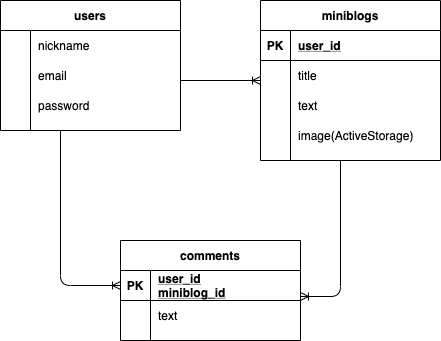
ryamahita0407/kireiminiblog keeps this draw.io diagram as ER.drawio.png. Above is the earlier version. Source tidied: cells renumbered, new cells last; positions are measured from the earlier drawing's top-left corner, leaving out a move shared by most shapes. The source it was exported from:
```xml
<mxGraphModel>
  <root>
    <mxCell id="0" />
    <mxCell id="1" parent="0" />
    <mxCell id="2" value="users" style="shape=table;startSize=30;rowLines=0;fontStyle=1;align=center;" parent="1" vertex="1">
      <mxGeometry width="180" height="130" as="geometry" />
    </mxCell>
    <mxCell id="3" style="shape=partialRectangle;fillColor=none;top=0;left=0;bottom=0;right=0;" parent="2" vertex="1">
      <mxGeometry y="30" width="180" height="30" as="geometry" />
    </mxCell>
    <mxCell id="4" style="shape=partialRectangle;fillColor=none;top=0;left=0;bottom=0;right=0;overflow=hidden;" parent="3" vertex="1">
      <mxGeometry width="30" height="30" as="geometry" />
    </mxCell>
    <mxCell id="5" value="nickname" style="shape=partialRectangle;fillColor=none;top=0;left=0;bottom=0;right=0;align=left;spacingLeft=6;overflow=hidden;" parent="3" vertex="1">
      <mxGeometry x="30" width="150" height="30" as="geometry" />
    </mxCell>
    <mxCell id="6" style="shape=partialRectangle;fillColor=none;top=0;left=0;bottom=0;right=0;" parent="2" vertex="1">
      <mxGeometry y="60" width="180" height="30" as="geometry" />
    </mxCell>
    <mxCell id="7" style="shape=partialRectangle;fillColor=none;top=0;left=0;bottom=0;right=0;overflow=hidden;" parent="6" vertex="1">
      <mxGeometry width="30" height="30" as="geometry" />
    </mxCell>
    <mxCell id="8" value="email" style="shape=partialRectangle;fillColor=none;top=0;left=0;bottom=0;right=0;align=left;spacingLeft=6;overflow=hidden;" parent="6" vertex="1">
      <mxGeometry x="30" width="150" height="30" as="geometry" />
    </mxCell>
    <mxCell id="9" style="shape=partialRectangle;fillColor=none;top=0;left=0;bottom=0;right=0;" parent="2" vertex="1">
      <mxGeometry y="90" width="180" height="30" as="geometry" />
    </mxCell>
    <mxCell id="10" style="shape=partialRectangle;fillColor=none;top=0;left=0;bottom=0;right=0;overflow=hidden;" parent="9" vertex="1">
      <mxGeometry width="30" height="30" as="geometry" />
    </mxCell>
    <mxCell id="11" value="password" style="shape=partialRectangle;fillColor=none;top=0;left=0;bottom=0;right=0;align=left;spacingLeft=6;overflow=hidden;" parent="9" vertex="1">
      <mxGeometry x="30" width="150" height="30" as="geometry" />
    </mxCell>
    <mxCell id="12" value="miniblogs" style="shape=table;startSize=30;rowLines=0;fontStyle=1;align=center;" parent="1" vertex="1">
      <mxGeometry x="260" width="180" height="160" as="geometry" />
    </mxCell>
    <mxCell id="13" style="shape=partialRectangle;fillColor=none;top=0;left=0;bottom=1;right=0;" parent="12" vertex="1">
      <mxGeometry y="30" width="180" height="30" as="geometry" />
    </mxCell>
    <mxCell id="14" value="PK" style="shape=partialRectangle;fillColor=none;top=0;left=0;bottom=0;right=0;fontStyle=1;overflow=hidden;" parent="13" vertex="1">
      <mxGeometry width="30" height="30" as="geometry" />
    </mxCell>
    <mxCell id="15" value="user_id" style="shape=partialRectangle;fillColor=none;top=0;left=0;bottom=0;right=0;align=left;spacingLeft=6;fontStyle=5;overflow=hidden;" parent="13" vertex="1">
      <mxGeometry x="30" width="150" height="30" as="geometry" />
    </mxCell>
    <mxCell id="16" style="shape=partialRectangle;fillColor=none;top=0;left=0;bottom=0;right=0;" parent="12" vertex="1">
      <mxGeometry y="60" width="180" height="30" as="geometry" />
    </mxCell>
    <mxCell id="17" style="shape=partialRectangle;fillColor=none;top=0;left=0;bottom=0;right=0;overflow=hidden;" parent="16" vertex="1">
      <mxGeometry width="30" height="30" as="geometry" />
    </mxCell>
    <mxCell id="18" value="title" style="shape=partialRectangle;fillColor=none;top=0;left=0;bottom=0;right=0;align=left;spacingLeft=6;overflow=hidden;" parent="16" vertex="1">
      <mxGeometry x="30" width="150" height="30" as="geometry" />
    </mxCell>
    <mxCell id="19" style="shape=partialRectangle;fillColor=none;top=0;left=0;bottom=0;right=0;" parent="12" vertex="1">
      <mxGeometry y="90" width="180" height="30" as="geometry" />
    </mxCell>
    <mxCell id="20" style="shape=partialRectangle;fillColor=none;top=0;left=0;bottom=0;right=0;overflow=hidden;" parent="19" vertex="1">
      <mxGeometry width="30" height="30" as="geometry" />
    </mxCell>
    <mxCell id="21" value="text" style="shape=partialRectangle;fillColor=none;top=0;left=0;bottom=0;right=0;align=left;spacingLeft=6;overflow=hidden;" parent="19" vertex="1">
      <mxGeometry x="30" width="150" height="30" as="geometry" />
    </mxCell>
    <mxCell id="22" style="shape=partialRectangle;fillColor=none;top=0;left=0;bottom=0;right=0;" parent="12" vertex="1">
      <mxGeometry y="120" width="180" height="30" as="geometry" />
    </mxCell>
    <mxCell id="23" style="shape=partialRectangle;fillColor=none;top=0;left=0;bottom=0;right=0;overflow=hidden;" parent="22" vertex="1">
      <mxGeometry width="30" height="30" as="geometry" />
    </mxCell>
    <mxCell id="24" value="image(ActiveStorage)" style="shape=partialRectangle;fillColor=none;top=0;left=0;bottom=0;right=0;align=left;spacingLeft=6;overflow=hidden;" parent="22" vertex="1">
      <mxGeometry x="30" width="150" height="30" as="geometry" />
    </mxCell>
    <mxCell id="25" value="comments" style="shape=table;startSize=30;rowLines=0;fontStyle=1;align=center;" parent="1" vertex="1">
      <mxGeometry x="120" y="240" width="180" height="100" as="geometry" />
    </mxCell>
    <mxCell id="26" style="shape=partialRectangle;fillColor=none;top=0;left=0;bottom=1;right=0;points=[[0,0.5],[1,0.5]];portConstraint=eastwest;" parent="25" vertex="1">
      <mxGeometry y="30" width="180" height="30" as="geometry" />
    </mxCell>
    <mxCell id="27" value="PK" style="shape=partialRectangle;fillColor=none;top=0;left=0;bottom=0;right=0;fontStyle=1;overflow=hidden;" parent="26" vertex="1">
      <mxGeometry width="30" height="30" as="geometry" />
    </mxCell>
    <mxCell id="28" value="user_id&#10;miniblog_id" style="shape=partialRectangle;fillColor=none;top=0;left=0;bottom=0;right=0;align=left;spacingLeft=6;fontStyle=5;overflow=hidden;" parent="26" vertex="1">
      <mxGeometry x="30" width="150" height="30" as="geometry" />
    </mxCell>
    <mxCell id="29" style="shape=partialRectangle;fillColor=none;top=0;left=0;bottom=0;right=0;" parent="25" vertex="1">
      <mxGeometry y="60" width="180" height="30" as="geometry" />
    </mxCell>
    <mxCell id="30" style="shape=partialRectangle;fillColor=none;top=0;left=0;bottom=0;right=0;overflow=hidden;" parent="29" vertex="1">
      <mxGeometry width="30" height="30" as="geometry" />
    </mxCell>
    <mxCell id="31" value="text" style="shape=partialRectangle;fillColor=none;top=0;left=0;bottom=0;right=0;align=left;spacingLeft=6;overflow=hidden;" parent="29" vertex="1">
      <mxGeometry x="30" width="150" height="30" as="geometry" />
    </mxCell>
    <mxCell id="32" style="fontSize=12;html=1;endArrow=ERoneToMany;" parent="1" edge="1">
      <mxGeometry relative="1" as="geometry">
        <mxPoint x="180" y="80" as="sourcePoint" />
        <mxPoint x="260" y="80" as="targetPoint" />
      </mxGeometry>
    </mxCell>
    <mxCell id="33" style="edgeStyle=orthogonalEdgeStyle;fontSize=12;html=1;endArrow=ERoneToMany;" parent="1" edge="1">
      <mxGeometry relative="1" as="geometry">
        <mxPoint x="340" y="160" as="sourcePoint" />
        <mxPoint x="300" y="296" as="targetPoint" />
        <Array as="points">
          <mxPoint x="340" y="296" />
        </Array>
      </mxGeometry>
    </mxCell>
    <mxCell id="34" style="edgeStyle=orthogonalEdgeStyle;fontSize=12;html=1;endArrow=ERoneToMany;entryX=0;entryY=0.5;entryDx=0;entryDy=0;" parent="1" edge="1" target="26">
      <mxGeometry relative="1" as="geometry">
        <mxPoint x="60" y="130" as="sourcePoint" />
      </mxGeometry>
    </mxCell>
  </root>
</mxGraphModel>
```
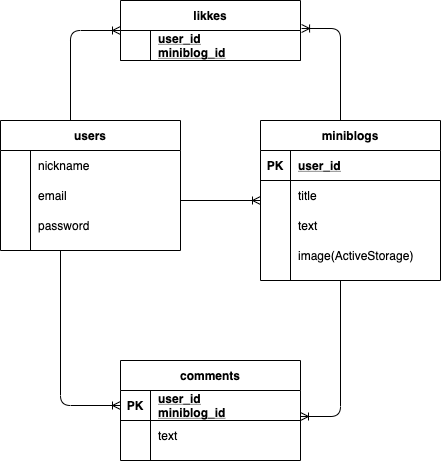
Later version of the same file.

Change to the diagram source:
```diff
@@ -112,5 +112,30 @@
         <mxPoint x="60" y="130" as="sourcePoint" />
       </mxGeometry>
     </mxCell>
+    <mxCell id="35" value="likkes" style="shape=table;startSize=30;rowLines=0;fontStyle=1;align=center;" parent="1" vertex="1">
+      <mxGeometry x="120" y="-120" width="180" height="60" as="geometry" />
+    </mxCell>
+    <mxCell id="36" style="shape=partialRectangle;fillColor=none;top=0;left=0;bottom=1;right=0;points=[[0,0.5],[1,0.5]];portConstraint=eastwest;" parent="35" vertex="1">
+      <mxGeometry y="30" width="180" height="30" as="geometry" />
+    </mxCell>
+    <mxCell id="37" style="shape=partialRectangle;fillColor=none;top=0;left=0;bottom=0;right=0;fontStyle=1;overflow=hidden;" parent="36" vertex="1">
+      <mxGeometry width="30" height="30" as="geometry" />
+    </mxCell>
+    <mxCell id="38" value="user_id&#10;miniblog_id" style="shape=partialRectangle;fillColor=none;top=0;left=0;bottom=0;right=0;align=left;spacingLeft=6;fontStyle=5;overflow=hidden;" parent="36" vertex="1">
+      <mxGeometry x="30" width="150" height="30" as="geometry" />
+    </mxCell>
+    <mxCell id="39" style="edgeStyle=orthogonalEdgeStyle;fontSize=12;html=1;endArrow=ERoneToMany;entryX=0;entryY=0.5;entryDx=0;entryDy=0;" parent="1" edge="1" target="35">
+      <mxGeometry relative="1" as="geometry">
+        <mxPoint x="70" as="sourcePoint" />
+        <Array as="points">
+          <mxPoint x="70" y="-90" />
+        </Array>
+      </mxGeometry>
+    </mxCell>
+    <mxCell id="40" style="edgeStyle=orthogonalEdgeStyle;fontSize=12;html=1;endArrow=ERoneToMany;entryX=1.006;entryY=-0.067;entryDx=0;entryDy=0;entryPerimeter=0;" parent="1" edge="1" target="36">
+      <mxGeometry relative="1" as="geometry">
+        <mxPoint x="340" as="sourcePoint" />
+      </mxGeometry>
+    </mxCell>
   </root>
 </mxGraphModel>
```
